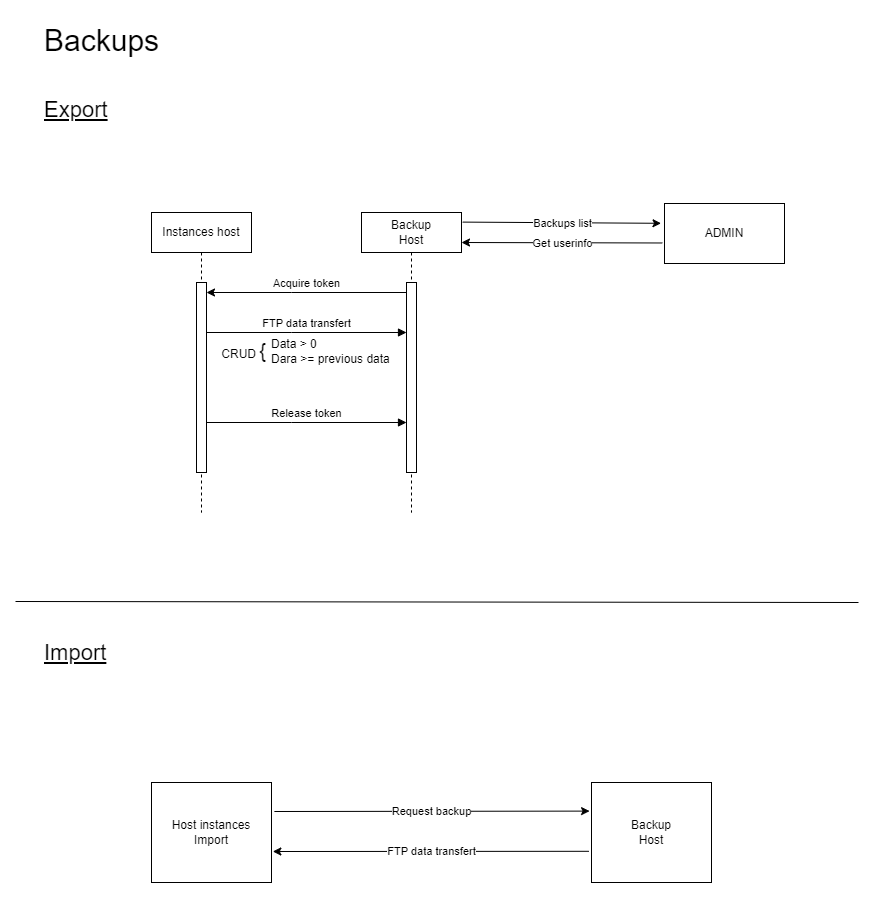
Before: doc/Backups.png, a diagram exported from draw.io (yesbabylon/b2). Source tidied: cells renumbered, new cells last; positions are measured from the earlier drawing's top-left corner, leaving out a move shared by most shapes.
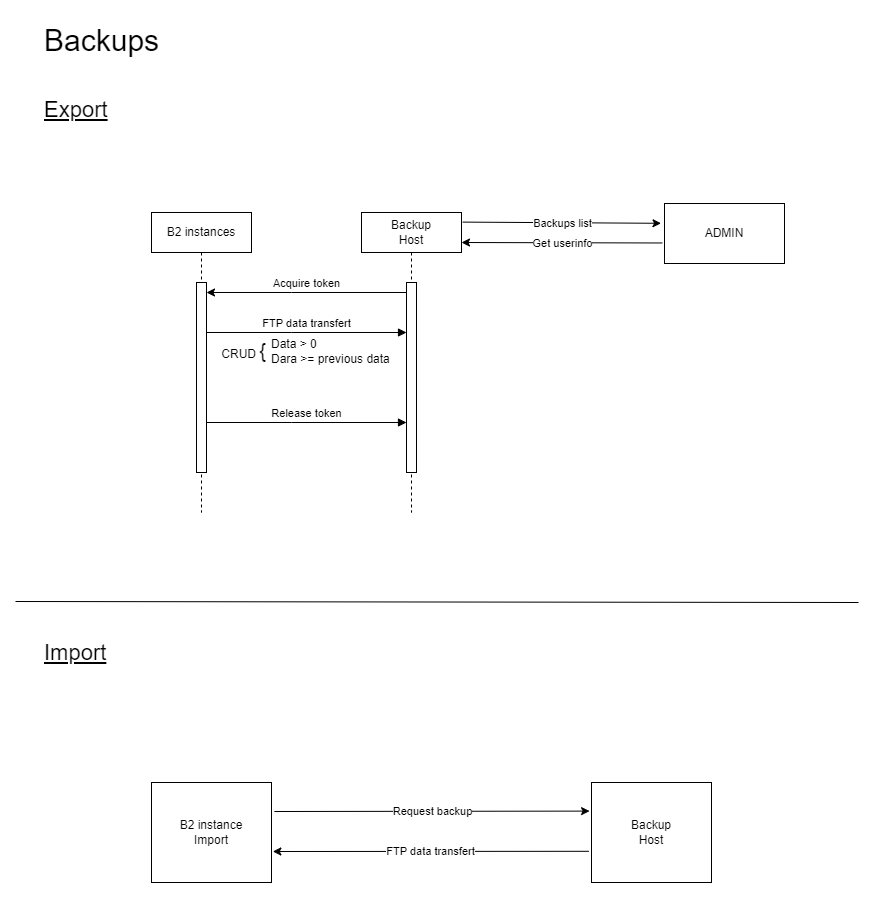
The same diagram one commit later.

What changed in the source:
```diff
@@ -2,7 +2,7 @@
   <root>
     <mxCell id="0" />
     <mxCell id="1" parent="0" />
-    <mxCell id="2" value="Instances host" style="shape=umlLifeline;perimeter=lifelinePerimeter;whiteSpace=wrap;html=1;newEdgeStyle={&quot;edgeStyle&quot;:&quot;elbowEdgeStyle&quot;,&quot;elbow&quot;:&quot;vertical&quot;,&quot;curved&quot;:0,&quot;rounded&quot;:0};" parent="1" vertex="1">
+    <mxCell id="2" value="B2 instances" style="shape=umlLifeline;perimeter=lifelinePerimeter;whiteSpace=wrap;html=1;newEdgeStyle={&quot;edgeStyle&quot;:&quot;elbowEdgeStyle&quot;,&quot;elbow&quot;:&quot;vertical&quot;,&quot;curved&quot;:0,&quot;rounded&quot;:0};" parent="1" vertex="1">
       <mxGeometry x="136" y="197" width="100" height="300" as="geometry" />
     </mxCell>
     <mxCell id="3" style="html=1;points=[];perimeter=orthogonalPerimeter;outlineConnect=0;targetShapes=umlLifeline;portConstraint=eastwest;newEdgeStyle={&quot;edgeStyle&quot;:&quot;elbowEdgeStyle&quot;,&quot;elbow&quot;:&quot;vertical&quot;,&quot;curved&quot;:0,&quot;rounded&quot;:0};" parent="2" vertex="1">
@@ -71,7 +71,7 @@
     <mxCell id="18" value="&lt;font size=&quot;1&quot; style=&quot;&quot;&gt;&lt;u style=&quot;font-size: 22px;&quot;&gt;Import&lt;/u&gt;&lt;/font&gt;" style="text;html=1;align=left;verticalAlign=middle;strokeColor=none;fillColor=none;" parent="1" vertex="1">
       <mxGeometry x="27" y="618" width="90" height="40" as="geometry" />
     </mxCell>
-    <mxCell id="19" value="Host instances&lt;br&gt;Import" style="whiteSpace=wrap;html=1;" parent="1" vertex="1">
+    <mxCell id="19" value="B2 instance&lt;br&gt;Import" style="whiteSpace=wrap;html=1;" parent="1" vertex="1">
       <mxGeometry x="136" y="767" width="120" height="100" as="geometry" />
     </mxCell>
     <mxCell id="20" value="Backup&lt;br&gt;Host" style="whiteSpace=wrap;html=1;" parent="1" vertex="1">
```
